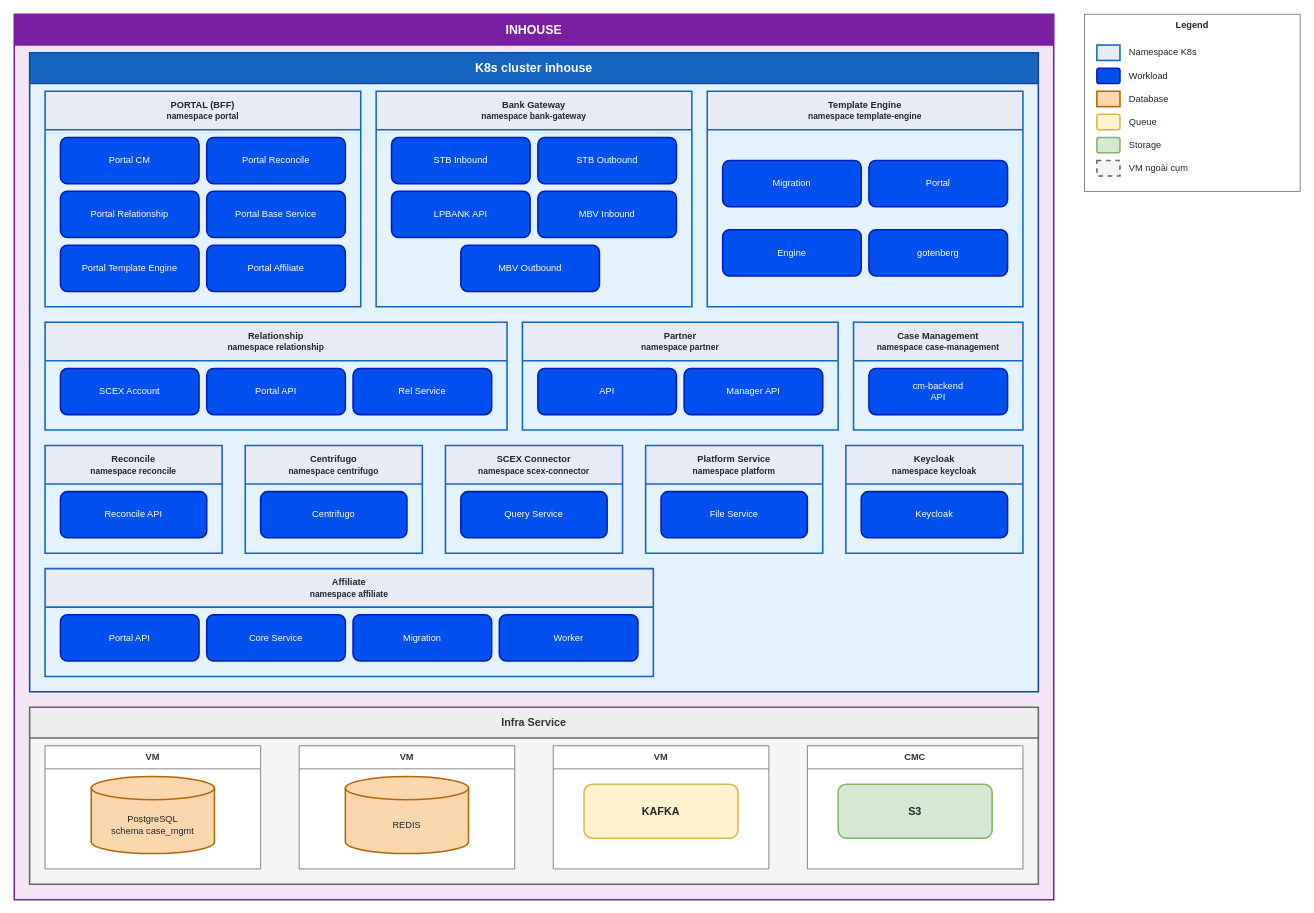
ducmami/scex-tech-architecture-hub keeps this draw.io diagram as page "Inhouse" (1 of 4) of 2-enterprise-and-architecture-governance/architecture-models-and-diagrams/inhouse/Inhouse.drawio. Above is the earlier version. Source tidied: cells renumbered, new cells numbered last; positions are measured from the earlier drawing's top-left corner, leaving out a move shared by most shapes. Both pictures are drawn from the tidied source at 77%, with x=0, y=0 at pixel (14, 14).
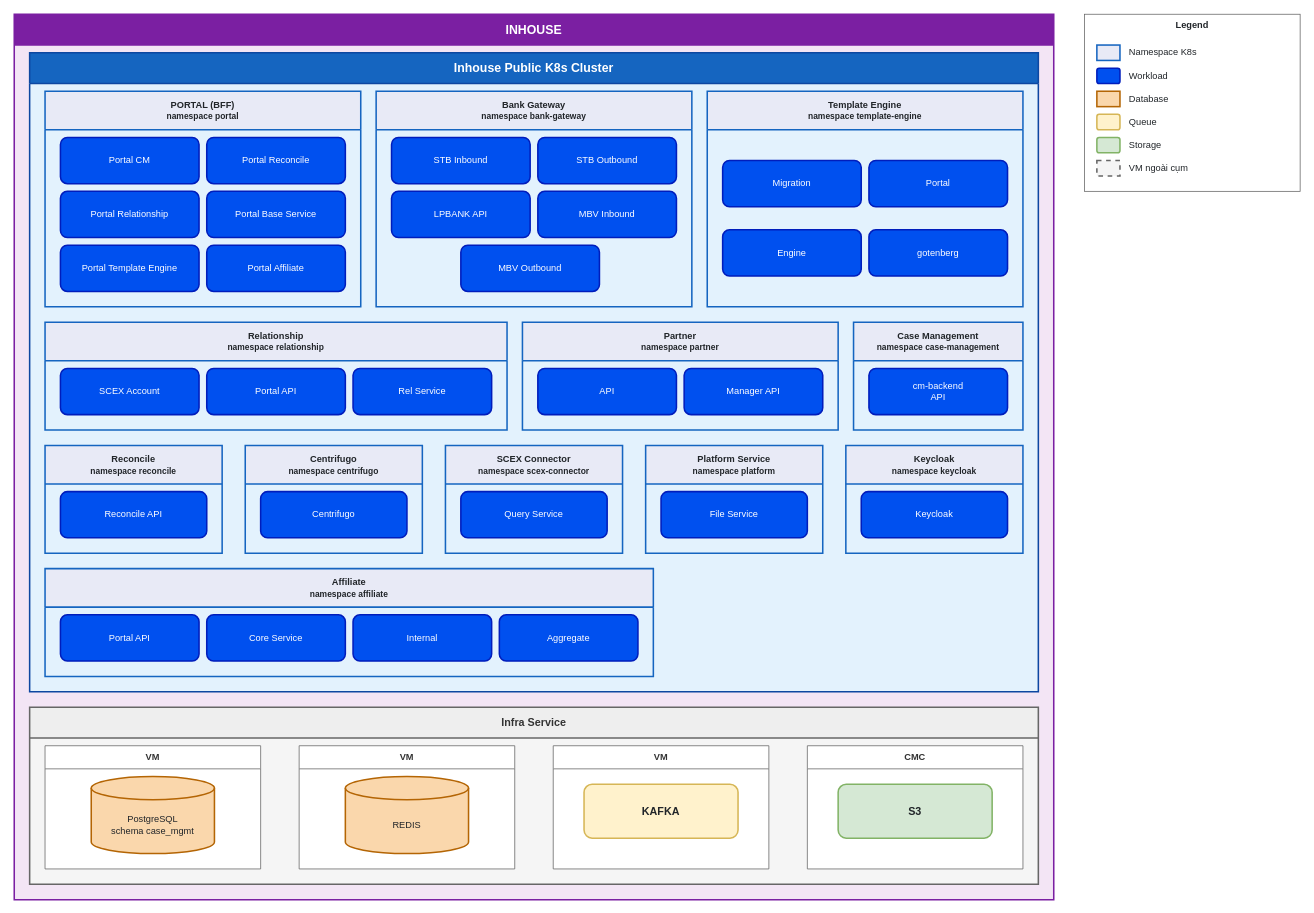
Above is the later version.

The change refers to these unchanged cells:
```xml
<mxCell id="2" value="INHOUSE" style="swimlane;startSize=40;html=1;whiteSpace=wrap;fillColor=#7b1fa2;swimlaneFillColor=#f3e5f5;strokeColor=#7b1fa2;strokeWidth=2;fontStyle=1;fontSize=16;fontColor=#ffffff;" parent="1" vertex="1">
  <mxGeometry width="1350" height="1150" as="geometry" />
</mxCell>
<mxCell id="41" value="&lt;b&gt;Affiliate&lt;/b&gt;&lt;br&gt;&lt;font style=&quot;font-size:11px&quot;&gt;namespace affiliate&lt;/font&gt;" style="swimlane;startSize=50;html=1;whiteSpace=wrap;fillColor=#e8eaf6;strokeColor=#1565c0;strokeWidth=2;fontColor=#212529;fontSize=12;align=center;" parent="3" vertex="1">
  <mxGeometry x="20" y="670" width="790" height="140" as="geometry" />
</mxCell>
```

Diff of the diagram source:
```diff
@@
-    <mxCell id="3" value="K8s cluster inhouse" style="swimlane;startSize=40;html=1;whiteSpace=wrap;fillColor=#1565C0;swimlaneFillColor=#E3F2FD;strokeColor=#0D47A1;strokeWidth=2;fontStyle=1;fontSize=16;fontColor=#ffffff;" parent="2" vertex="1">
+    <mxCell id="3" value="Inhouse Public K8s Cluster" style="swimlane;startSize=40;html=1;whiteSpace=wrap;fillColor=#1565C0;swimlaneFillColor=#E3F2FD;strokeColor=#0D47A1;strokeWidth=2;fontStyle=1;fontSize=16;fontColor=#ffffff;" parent="2" vertex="1">
       <mxGeometry x="20" y="50" width="1310" height="830" as="geometry" />
     </mxCell>
@@
-    <mxCell id="44" value="Migration" style="rounded=1;whiteSpace=wrap;html=1;fillColor=#0050ef;strokeColor=#001DBC;strokeWidth=2;fontColor=#ffffff;fontSize=12;" parent="41" vertex="1">
+    <mxCell id="44" value="Internal" style="rounded=1;whiteSpace=wrap;html=1;fillColor=#0050ef;strokeColor=#001DBC;strokeWidth=2;fontColor=#ffffff;fontSize=12;" parent="41" vertex="1">
       <mxGeometry x="400" y="60" width="180" height="60" as="geometry" />
     </mxCell>
-    <mxCell id="45" value="Worker" style="rounded=1;whiteSpace=wrap;html=1;fillColor=#0050ef;strokeColor=#001DBC;strokeWidth=2;fontColor=#ffffff;fontSize=12;" parent="41" vertex="1">
+    <mxCell id="45" value="Aggregate" style="rounded=1;whiteSpace=wrap;html=1;fillColor=#0050ef;strokeColor=#001DBC;strokeWidth=2;fontColor=#ffffff;fontSize=12;" parent="41" vertex="1">
       <mxGeometry x="590" y="60" width="180" height="60" as="geometry" />
     </mxCell>
```
